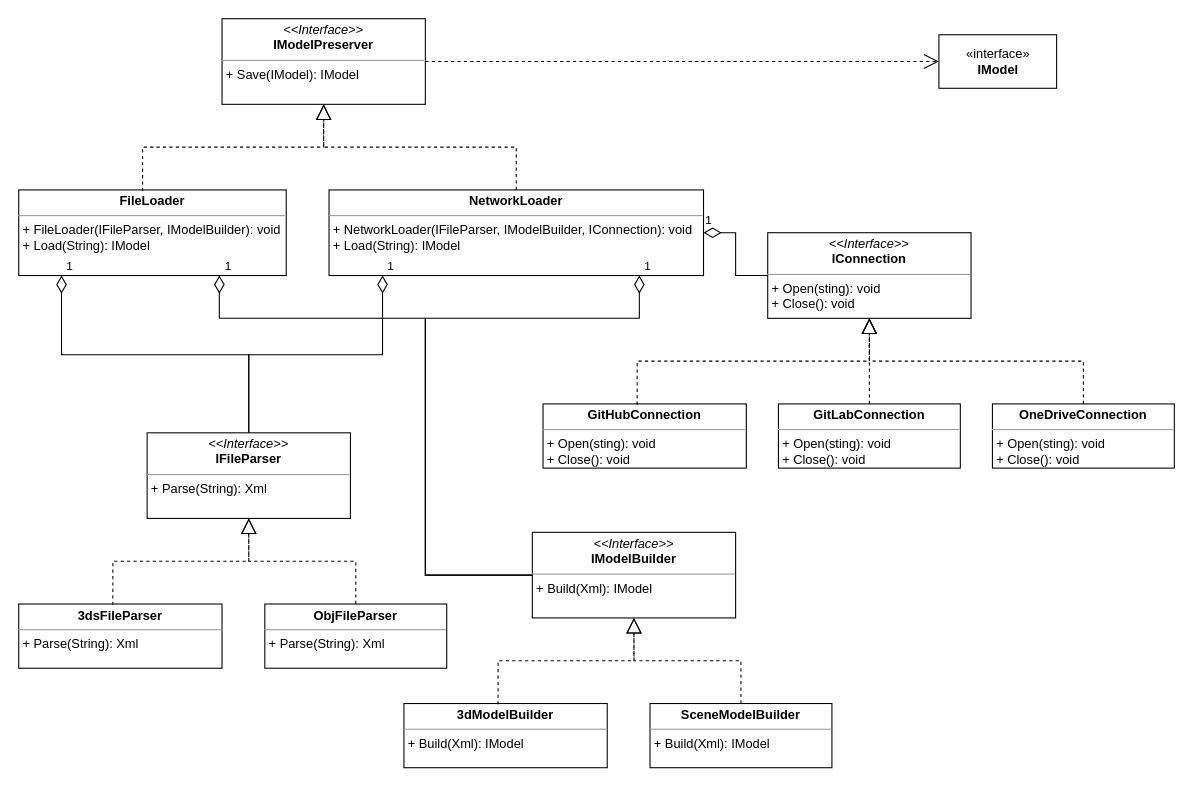
The draw.io diagram page "ModelPreservers" (3 of 3) of module_2/Classes.drawio in SheinEA/gb_architect, before the edit. Source tidied: cells renumbered, new cells numbered last; positions are measured from the earlier drawing's top-left corner, leaving out a move shared by most shapes. Both pictures are drawn from the tidied source at 107%, with x=0, y=0 at pixel (18, 18).
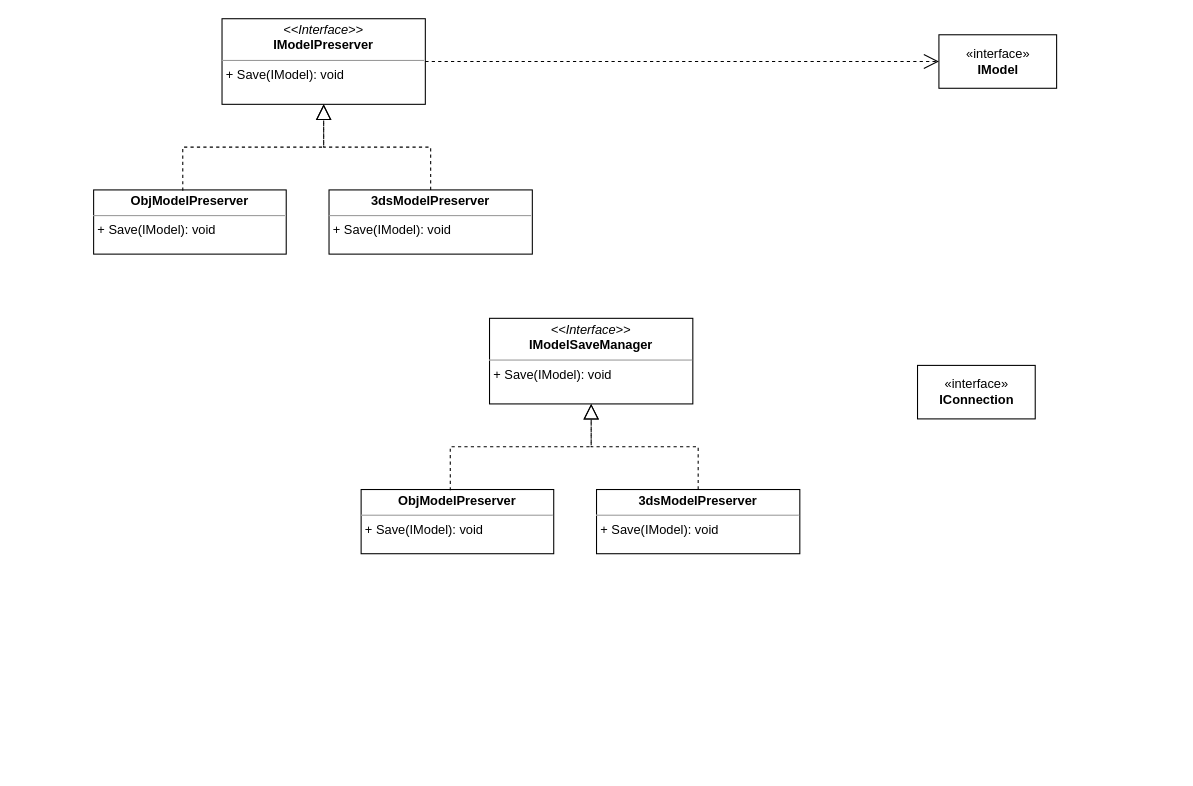
Above is the later version.

The edit, as a diff of the source:
```diff
@@
-    <mxCell id="2" value="&lt;p style=&quot;margin: 0px ; margin-top: 4px ; text-align: center&quot;&gt;&lt;i&gt;&amp;lt;&amp;lt;Interface&amp;gt;&amp;gt;&lt;/i&gt;&lt;br&gt;&lt;b&gt;IModelPreserver&lt;/b&gt;&lt;/p&gt;&lt;hr size=&quot;1&quot;&gt;&lt;p style=&quot;margin: 0px ; margin-left: 4px&quot;&gt;+ Save(IModel): IModel&lt;br&gt;&lt;/p&gt;" style="verticalAlign=top;align=left;overflow=fill;fontSize=12;fontFamily=Helvetica;html=1;" parent="1" vertex="1">
+    <mxCell id="2" value="&lt;p style=&quot;margin: 0px ; margin-top: 4px ; text-align: center&quot;&gt;&lt;i&gt;&amp;lt;&amp;lt;Interface&amp;gt;&amp;gt;&lt;/i&gt;&lt;br&gt;&lt;b&gt;IModelPreserver&lt;/b&gt;&lt;/p&gt;&lt;hr size=&quot;1&quot;&gt;&lt;p style=&quot;margin: 0px ; margin-left: 4px&quot;&gt;+ Save(IModel): void&lt;br&gt;&lt;/p&gt;" style="verticalAlign=top;align=left;overflow=fill;fontSize=12;fontFamily=Helvetica;html=1;" parent="1" vertex="1">
       <mxGeometry x="190" width="190" height="80" as="geometry" />
     </mxCell>
-    <mxCell id="3" value="&lt;p style=&quot;margin: 0px ; margin-top: 4px ; text-align: center&quot;&gt;&lt;b&gt;FileLoader&lt;/b&gt;&lt;br&gt;&lt;/p&gt;&lt;hr size=&quot;1&quot;&gt;&lt;p style=&quot;margin: 0px ; margin-left: 4px&quot;&gt;+ FileLoader(IFileParser, IModelBuilder): void&lt;/p&gt;&lt;p style=&quot;margin: 0px ; margin-left: 4px&quot;&gt;+ Load(String): IModel&lt;br&gt;&lt;/p&gt;" style="verticalAlign=top;align=left;overflow=fill;fontSize=12;fontFamily=Helvetica;html=1;" parent="1" vertex="1">
-      <mxGeometry y="160" width="250" height="80" as="geometry" />
+    <mxCell id="3" value="&lt;p style=&quot;margin: 0px ; margin-top: 4px ; text-align: center&quot;&gt;&lt;b&gt;ObjModelPreserver&lt;/b&gt;&lt;br&gt;&lt;/p&gt;&lt;hr size=&quot;1&quot;&gt;&lt;p style=&quot;margin: 0px ; margin-left: 4px&quot;&gt;&lt;span&gt;+ Save(IModel): void&lt;/span&gt;&lt;br&gt;&lt;/p&gt;" style="verticalAlign=top;align=left;overflow=fill;fontSize=12;fontFamily=Helvetica;html=1;" parent="1" vertex="1">
+      <mxGeometry x="70" y="160" width="180" height="60" as="geometry" />
     </mxCell>
-    <mxCell id="4" value="&lt;p style=&quot;margin: 0px ; margin-top: 4px ; text-align: center&quot;&gt;&lt;b&gt;NetworkLoader&lt;/b&gt;&lt;br&gt;&lt;/p&gt;&lt;hr size=&quot;1&quot;&gt;&lt;p style=&quot;margin: 0px ; margin-left: 4px&quot;&gt;+ NetworkLoader(IFileParser, IModelBuilder, IConnection): void&lt;/p&gt;&lt;p style=&quot;margin: 0px ; margin-left: 4px&quot;&gt;+ Load(String): IModel&lt;/p&gt;" style="verticalAlign=top;align=left;overflow=fill;fontSize=12;fontFamily=Helvetica;html=1;" parent="1" vertex="1">
-      <mxGeometry x="290" y="160" width="350" height="80" as="geometry" />
+    <mxCell id="4" value="&lt;p style=&quot;margin: 0px ; margin-top: 4px ; text-align: center&quot;&gt;&lt;b&gt;3dsModelPreserver&lt;/b&gt;&lt;br&gt;&lt;/p&gt;&lt;hr size=&quot;1&quot;&gt;&lt;p style=&quot;margin: 0px ; margin-left: 4px&quot;&gt;&lt;span&gt;+ Save(IModel): void&lt;/span&gt;&lt;br&gt;&lt;/p&gt;" style="verticalAlign=top;align=left;overflow=fill;fontSize=12;fontFamily=Helvetica;html=1;" parent="1" vertex="1">
+      <mxGeometry x="290" y="160" width="190" height="60" as="geometry" />
     </mxCell>
@@
-    <mxCell id="7" value="&lt;p style=&quot;margin: 0px ; margin-top: 4px ; text-align: center&quot;&gt;&lt;i&gt;&amp;lt;&amp;lt;Interface&amp;gt;&amp;gt;&lt;/i&gt;&lt;br&gt;&lt;b&gt;IFileParser&lt;/b&gt;&lt;/p&gt;&lt;hr size=&quot;1&quot;&gt;&lt;p style=&quot;margin: 0px ; margin-left: 4px&quot;&gt;+ Parse(String): Xml&lt;br&gt;&lt;/p&gt;" style="verticalAlign=top;align=left;overflow=fill;fontSize=12;fontFamily=Helvetica;html=1;" parent="1" vertex="1">
-      <mxGeometry x="120" y="387" width="190" height="80" as="geometry" />
-    </mxCell>
-    <mxCell id="8" value="&lt;p style=&quot;margin: 0px ; margin-top: 4px ; text-align: center&quot;&gt;&lt;b&gt;3dsFileParser&lt;/b&gt;&lt;/p&gt;&lt;hr size=&quot;1&quot;&gt;&lt;p style=&quot;margin: 0px ; margin-left: 4px&quot;&gt;+ Parse(String): Xml&lt;br&gt;&lt;/p&gt;" style="verticalAlign=top;align=left;overflow=fill;fontSize=12;fontFamily=Helvetica;html=1;" parent="1" vertex="1">
-      <mxGeometry y="547" width="190" height="60" as="geometry" />
-    </mxCell>
-    <mxCell id="9" value="&lt;p style=&quot;outline: 0px ; margin: 4px 0px 0px ; text-align: center&quot;&gt;&lt;b style=&quot;outline: 0px&quot;&gt;ObjFileParser&lt;/b&gt;&lt;/p&gt;&lt;hr size=&quot;1&quot;&gt;&lt;p style=&quot;margin: 0px 0px 0px 4px&quot;&gt;+ Parse(String): Xml&lt;/p&gt;" style="verticalAlign=top;align=left;overflow=fill;fontSize=12;fontFamily=Helvetica;html=1;" parent="1" vertex="1">
-      <mxGeometry x="230" y="547" width="170" height="60" as="geometry" />
-    </mxCell>
-    <mxCell id="10" style="endArrow=block;dashed=1;endFill=0;endSize=12;html=1;entryX=0.5;entryY=1;entryDx=0;entryDy=0;exitX=0.463;exitY=0.013;exitDx=0;exitDy=0;exitPerimeter=0;edgeStyle=orthogonalEdgeStyle;rounded=0;" parent="1" edge="1" source="8" target="7">
-      <mxGeometry relative="1" as="geometry" />
-    </mxCell>
-    <mxCell id="11" style="endArrow=block;dashed=1;endFill=0;endSize=12;html=1;exitX=0.5;exitY=0;exitDx=0;exitDy=0;edgeStyle=orthogonalEdgeStyle;rounded=0;" parent="1" edge="1" source="9" target="7">
-      <mxGeometry relative="1" as="geometry" />
-    </mxCell>
-    <mxCell id="12" value="&lt;p style=&quot;margin: 0px ; margin-top: 4px ; text-align: center&quot;&gt;&lt;i&gt;&amp;lt;&amp;lt;Interface&amp;gt;&amp;gt;&lt;/i&gt;&lt;br&gt;&lt;b&gt;IModelBuilder&lt;/b&gt;&lt;/p&gt;&lt;hr size=&quot;1&quot;&gt;&lt;p style=&quot;margin: 0px ; margin-left: 4px&quot;&gt;+ Build(Xml): IModel&lt;br&gt;&lt;/p&gt;" style="verticalAlign=top;align=left;overflow=fill;fontSize=12;fontFamily=Helvetica;html=1;" parent="1" vertex="1">
-      <mxGeometry x="480" y="480" width="190" height="80" as="geometry" />
-    </mxCell>
-    <mxCell id="13" value="&lt;p style=&quot;margin: 0px ; margin-top: 4px ; text-align: center&quot;&gt;&lt;b&gt;3dModelBuilder&lt;/b&gt;&lt;/p&gt;&lt;hr size=&quot;1&quot;&gt;&lt;p style=&quot;margin: 0px ; margin-left: 4px&quot;&gt;+ Build(Xml): IModel&lt;br&gt;&lt;/p&gt;" style="verticalAlign=top;align=left;overflow=fill;fontSize=12;fontFamily=Helvetica;html=1;" parent="1" vertex="1">
-      <mxGeometry x="360" y="640" width="190" height="60" as="geometry" />
-    </mxCell>
-    <mxCell id="14" value="&lt;p style=&quot;outline: 0px ; margin: 4px 0px 0px ; text-align: center&quot;&gt;&lt;b style=&quot;outline: 0px&quot;&gt;SceneModelBuilder&lt;/b&gt;&lt;/p&gt;&lt;hr size=&quot;1&quot;&gt;&lt;p style=&quot;margin: 0px 0px 0px 4px&quot;&gt;+ Build(Xml): IModel&lt;br&gt;&lt;/p&gt;" style="verticalAlign=top;align=left;overflow=fill;fontSize=12;fontFamily=Helvetica;html=1;" parent="1" vertex="1">
-      <mxGeometry x="590" y="640" width="170" height="60" as="geometry" />
-    </mxCell>
-    <mxCell id="15" style="endArrow=block;dashed=1;endFill=0;endSize=12;html=1;entryX=0.5;entryY=1;entryDx=0;entryDy=0;exitX=0.463;exitY=0.013;exitDx=0;exitDy=0;exitPerimeter=0;edgeStyle=orthogonalEdgeStyle;rounded=0;" parent="1" edge="1" source="13" target="12">
-      <mxGeometry relative="1" as="geometry" />
-    </mxCell>
-    <mxCell id="16" style="endArrow=block;dashed=1;endFill=0;endSize=12;html=1;exitX=0.5;exitY=0;exitDx=0;exitDy=0;edgeStyle=orthogonalEdgeStyle;rounded=0;" parent="1" edge="1" source="14" target="12">
-      <mxGeometry relative="1" as="geometry" />
-    </mxCell>
-    <mxCell id="17" value="&lt;p style=&quot;margin: 0px ; margin-top: 4px ; text-align: center&quot;&gt;&lt;i&gt;&amp;lt;&amp;lt;Interface&amp;gt;&amp;gt;&lt;/i&gt;&lt;br&gt;&lt;b&gt;IConnection&lt;/b&gt;&lt;/p&gt;&lt;hr size=&quot;1&quot;&gt;&lt;p style=&quot;margin: 0px ; margin-left: 4px&quot;&gt;+ Open(sting): void&lt;br&gt;&lt;/p&gt;&lt;p style=&quot;margin: 0px ; margin-left: 4px&quot;&gt;+ Close(): void&lt;br&gt;&lt;/p&gt;" style="verticalAlign=top;align=left;overflow=fill;fontSize=12;fontFamily=Helvetica;html=1;" parent="1" vertex="1">
-      <mxGeometry x="700" y="200" width="190" height="80" as="geometry" />
-    </mxCell>
-    <mxCell id="18" value="&lt;p style=&quot;margin: 4px 0px 0px ; text-align: center&quot;&gt;&lt;b&gt;GitHubConnection&lt;/b&gt;&lt;/p&gt;&lt;hr size=&quot;1&quot;&gt;&lt;p style=&quot;margin: 0px 0px 0px 4px&quot;&gt;+ Open(sting): void&lt;br&gt;&lt;/p&gt;&lt;p style=&quot;margin: 0px 0px 0px 4px&quot;&gt;+ Close(): void&lt;/p&gt;" style="verticalAlign=top;align=left;overflow=fill;fontSize=12;fontFamily=Helvetica;html=1;" parent="1" vertex="1">
-      <mxGeometry x="490" y="360" width="190" height="60" as="geometry" />
-    </mxCell>
-    <mxCell id="19" value="&lt;p style=&quot;margin: 4px 0px 0px ; text-align: center&quot;&gt;&lt;b&gt;GitLabConnection&lt;/b&gt;&lt;/p&gt;&lt;hr size=&quot;1&quot; style=&quot;outline: 0px&quot;&gt;&lt;p style=&quot;margin: 0px 0px 0px 4px&quot;&gt;+ Open(sting): void&lt;br&gt;&lt;/p&gt;&lt;p style=&quot;margin: 0px 0px 0px 4px&quot;&gt;+ Close(): void&lt;/p&gt;" style="verticalAlign=top;align=left;overflow=fill;fontSize=12;fontFamily=Helvetica;html=1;" parent="1" vertex="1">
-      <mxGeometry x="710" y="360" width="170" height="60" as="geometry" />
-    </mxCell>
-    <mxCell id="20" style="endArrow=block;dashed=1;endFill=0;endSize=12;html=1;entryX=0.5;entryY=1;entryDx=0;entryDy=0;exitX=0.463;exitY=0.013;exitDx=0;exitDy=0;exitPerimeter=0;edgeStyle=orthogonalEdgeStyle;rounded=0;" parent="1" edge="1" source="18" target="17">
-      <mxGeometry relative="1" as="geometry" />
-    </mxCell>
-    <mxCell id="21" style="endArrow=block;dashed=1;endFill=0;endSize=12;html=1;exitX=0.5;exitY=0;exitDx=0;exitDy=0;edgeStyle=orthogonalEdgeStyle;rounded=0;" parent="1" edge="1" source="19" target="17">
-      <mxGeometry relative="1" as="geometry" />
-    </mxCell>
-    <mxCell id="22" value="&lt;p style=&quot;margin: 4px 0px 0px ; text-align: center&quot;&gt;&lt;b&gt;OneDriveConnection&lt;/b&gt;&lt;/p&gt;&lt;hr size=&quot;1&quot; style=&quot;outline: 0px&quot;&gt;&lt;p style=&quot;margin: 0px 0px 0px 4px&quot;&gt;+ Open(sting): void&lt;br&gt;&lt;/p&gt;&lt;p style=&quot;margin: 0px 0px 0px 4px&quot;&gt;+ Close(): void&lt;/p&gt;" style="verticalAlign=top;align=left;overflow=fill;fontSize=12;fontFamily=Helvetica;html=1;" parent="1" vertex="1">
-      <mxGeometry x="910" y="360" width="170" height="60" as="geometry" />
-    </mxCell>
-    <mxCell id="23" style="endArrow=block;dashed=1;endFill=0;endSize=12;html=1;exitX=0.5;exitY=0;exitDx=0;exitDy=0;edgeStyle=orthogonalEdgeStyle;rounded=0;" parent="1" edge="1" source="22" target="17">
-      <mxGeometry relative="1" as="geometry" />
-    </mxCell>
-    <mxCell id="24" value="1" style="endArrow=none;html=1;endSize=12;startArrow=diamondThin;startSize=14;startFill=0;edgeStyle=orthogonalEdgeStyle;align=left;verticalAlign=bottom;endFill=0;entryX=0;entryY=0.5;entryDx=0;entryDy=0;rounded=0;" parent="1" edge="1" source="4" target="17">
-      <mxGeometry x="-1" y="3" relative="1" as="geometry" />
-    </mxCell>
-    <mxCell id="25" value="1" style="endArrow=none;html=1;endSize=12;startArrow=diamondThin;startSize=14;startFill=0;edgeStyle=orthogonalEdgeStyle;align=left;verticalAlign=bottom;endFill=0;rounded=0;" parent="1" edge="1" source="3" target="7">
-      <mxGeometry x="-1" y="3" relative="1" as="geometry">
-        <Array as="points">
-          <mxPoint x="40" y="314" />
-          <mxPoint x="215" y="314" />
-        </Array>
-      </mxGeometry>
-    </mxCell>
-    <mxCell id="26" value="1" style="endArrow=none;html=1;endSize=12;startArrow=diamondThin;startSize=14;startFill=0;edgeStyle=orthogonalEdgeStyle;align=left;verticalAlign=bottom;endFill=0;rounded=0;" parent="1" edge="1" source="4" target="7">
-      <mxGeometry x="-1" y="3" relative="1" as="geometry">
-        <Array as="points">
-          <mxPoint x="340" y="314" />
-          <mxPoint x="215" y="314" />
-        </Array>
-      </mxGeometry>
-    </mxCell>
-    <mxCell id="27" value="1" style="endArrow=none;html=1;endSize=12;startArrow=diamondThin;startSize=14;startFill=0;edgeStyle=orthogonalEdgeStyle;align=left;verticalAlign=bottom;endFill=0;rounded=0;exitX=0.75;exitY=1;exitDx=0;exitDy=0;entryX=0;entryY=0.5;entryDx=0;entryDy=0;" parent="1" edge="1" source="3" target="12">
-      <mxGeometry x="-1" y="3" relative="1" as="geometry">
-        <Array as="points">
-          <mxPoint x="188" y="280" />
-          <mxPoint x="380" y="280" />
-          <mxPoint x="380" y="520" />
-        </Array>
-      </mxGeometry>
-    </mxCell>
-    <mxCell id="28" value="1" style="endArrow=none;html=1;endSize=12;startArrow=diamondThin;startSize=14;startFill=0;edgeStyle=orthogonalEdgeStyle;align=left;verticalAlign=bottom;endFill=0;rounded=0;" parent="1" edge="1" source="4" target="12">
-      <mxGeometry x="-1" y="3" relative="1" as="geometry">
-        <Array as="points">
-          <mxPoint x="580" y="280" />
-          <mxPoint x="380" y="280" />
-          <mxPoint x="380" y="520" />
-        </Array>
-      </mxGeometry>
-    </mxCell>
@@
+    <mxCell id="31" value="«interface»&lt;br&gt;&lt;b&gt;IConnection&lt;/b&gt;" style="html=1;" parent="1" vertex="1">
+      <mxGeometry x="840" y="324" width="110" height="50" as="geometry" />
+    </mxCell>
+    <mxCell id="32" value="&lt;p style=&quot;margin: 0px ; margin-top: 4px ; text-align: center&quot;&gt;&lt;i&gt;&amp;lt;&amp;lt;Interface&amp;gt;&amp;gt;&lt;/i&gt;&lt;br&gt;&lt;b&gt;IM&lt;/b&gt;&lt;b&gt;odelSaveManager&lt;/b&gt;&lt;/p&gt;&lt;hr size=&quot;1&quot;&gt;&lt;p style=&quot;margin: 0px ; margin-left: 4px&quot;&gt;+ Save(IModel): void&lt;br&gt;&lt;/p&gt;" style="verticalAlign=top;align=left;overflow=fill;fontSize=12;fontFamily=Helvetica;html=1;" parent="1" vertex="1">
+      <mxGeometry x="440" y="280" width="190" height="80" as="geometry" />
+    </mxCell>
+    <mxCell id="33" value="&lt;p style=&quot;margin: 0px ; margin-top: 4px ; text-align: center&quot;&gt;&lt;b&gt;ObjModelPreserver&lt;/b&gt;&lt;br&gt;&lt;/p&gt;&lt;hr size=&quot;1&quot;&gt;&lt;p style=&quot;margin: 0px ; margin-left: 4px&quot;&gt;&lt;span&gt;+ Save(IModel): void&lt;/span&gt;&lt;br&gt;&lt;/p&gt;" style="verticalAlign=top;align=left;overflow=fill;fontSize=12;fontFamily=Helvetica;html=1;" parent="1" vertex="1">
+      <mxGeometry x="320" y="440" width="180" height="60" as="geometry" />
+    </mxCell>
+    <mxCell id="34" value="&lt;p style=&quot;margin: 0px ; margin-top: 4px ; text-align: center&quot;&gt;&lt;b&gt;3dsModelPreserver&lt;/b&gt;&lt;br&gt;&lt;/p&gt;&lt;hr size=&quot;1&quot;&gt;&lt;p style=&quot;margin: 0px ; margin-left: 4px&quot;&gt;&lt;span&gt;+ Save(IModel): void&lt;/span&gt;&lt;br&gt;&lt;/p&gt;" style="verticalAlign=top;align=left;overflow=fill;fontSize=12;fontFamily=Helvetica;html=1;" parent="1" vertex="1">
+      <mxGeometry x="540" y="440" width="190" height="60" as="geometry" />
+    </mxCell>
+    <mxCell id="35" style="endArrow=block;dashed=1;endFill=0;endSize=12;html=1;entryX=0.5;entryY=1;entryDx=0;entryDy=0;exitX=0.463;exitY=0.013;exitDx=0;exitDy=0;exitPerimeter=0;edgeStyle=orthogonalEdgeStyle;rounded=0;" parent="1" edge="1" source="33" target="32">
+      <mxGeometry relative="1" as="geometry" />
+    </mxCell>
+    <mxCell id="36" style="endArrow=block;dashed=1;endFill=0;endSize=12;html=1;exitX=0.5;exitY=0;exitDx=0;exitDy=0;edgeStyle=orthogonalEdgeStyle;rounded=0;" parent="1" edge="1" source="34" target="32">
+      <mxGeometry relative="1" as="geometry" />
+    </mxCell>
```
